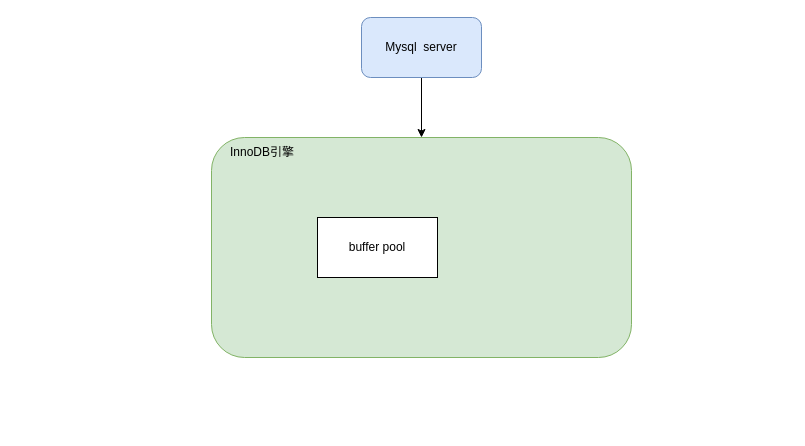
The draw.io diagram page "2、mysql日志" (2 of 2) of Mysql专栏笔记.drawio in ArnoWJH/MySql, before the edit. Source tidied: cells renumbered, new cells numbered last; positions are measured from the earlier drawing's top-left corner, leaving out a move shared by most shapes. Both pictures are drawn from the tidied source at 100%, with x=0, y=0 at pixel (211, 17).
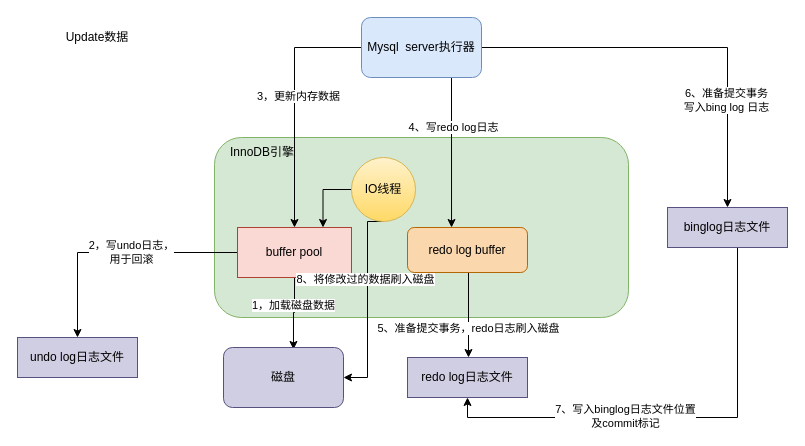
Above is the later version.

Commit message:
更新Mysql专栏笔记.drawio

The edit, as a diff of the source:
```diff
@@
     <mxCell id="2" style="rounded=1;whiteSpace=wrap;html=1;fillColor=#d5e8d4;strokeColor=#82b366;" parent="1" vertex="1">
-      <mxGeometry y="120" width="420" height="220" as="geometry" />
+      <mxGeometry x="3" y="120" width="414" height="180" as="geometry" />
     </mxCell>
@@
-    <mxCell id="4" style="edgeStyle=orthogonalEdgeStyle;rounded=0;jettySize=auto;html=1;entryX=0.5;entryY=0;entryDx=0;entryDy=0;" parent="1" edge="1" source="5" target="2">
-      <mxGeometry relative="1" as="geometry" />
-    </mxCell>
+    <mxCell id="7" style="edgeStyle=orthogonalEdgeStyle;rounded=0;jettySize=auto;html=1;entryX=0.5;entryY=0;entryDx=0;entryDy=0;" parent="1" edge="1" source="5" target="6">
+      <mxGeometry relative="1" as="geometry" />
+    </mxCell>
+    <mxCell id="8" value="3，更新内存数据" style="edgeLabel;html=1;align=center;verticalAlign=middle;" parent="7" vertex="1">
+      <mxGeometry x="-0.07" y="3" relative="1" as="geometry" />
+    </mxCell>
+    <mxCell id="9" style="edgeStyle=orthogonalEdgeStyle;rounded=0;jettySize=auto;html=1;exitX=0.75;exitY=1;exitDx=0;exitDy=0;entryX=0.367;entryY=0;entryDx=0;entryDy=0;entryPerimeter=0;" parent="1" edge="1" source="5" target="22">
+      <mxGeometry relative="1" as="geometry" />
+    </mxCell>
+    <mxCell id="10" value="4、写redo log日志" style="edgeLabel;html=1;align=center;verticalAlign=middle;" parent="9" vertex="1">
+      <mxGeometry x="-0.2" y="1" relative="1" as="geometry">
+        <mxPoint y="-10" as="offset" />
+      </mxGeometry>
+    </mxCell>
+    <mxCell id="11" style="edgeStyle=orthogonalEdgeStyle;rounded=0;jettySize=auto;html=1;exitX=1;exitY=0.5;exitDx=0;exitDy=0;entryX=0.5;entryY=0;entryDx=0;entryDy=0;" parent="1" edge="1" source="5" target="26">
+      <mxGeometry relative="1" as="geometry" />
+    </mxCell>
+    <mxCell id="12" value="6、准备提交事务&lt;br&gt;写入bing log 日志" style="edgeLabel;html=1;align=center;verticalAlign=middle;" parent="11" vertex="1">
+      <mxGeometry x="0.47" y="-2" relative="1" as="geometry" />
+    </mxCell>
-    <mxCell id="5" value="Mysql&amp;nbsp; server" style="rounded=1;whiteSpace=wrap;html=1;fillColor=#dae8fc;strokeColor=#6c8ebf;" parent="1" vertex="1">
+    <mxCell id="5" value="Mysql&amp;nbsp; server执行器" style="rounded=1;whiteSpace=wrap;html=1;fillColor=#dae8fc;strokeColor=#6c8ebf;" parent="1" vertex="1">
       <mxGeometry x="150" width="120" height="60" as="geometry" />
     </mxCell>
+    <mxCell id="13" style="edgeStyle=orthogonalEdgeStyle;rounded=0;jettySize=auto;html=1;exitX=0.5;exitY=1;exitDx=0;exitDy=0;entryX=0.583;entryY=0.033;entryDx=0;entryDy=0;entryPerimeter=0;" parent="1" edge="1" source="6" target="17">
+      <mxGeometry relative="1" as="geometry" />
+    </mxCell>
+    <mxCell id="14" value="1，加载磁盘数据" style="edgeLabel;html=1;align=center;verticalAlign=middle;" parent="13" vertex="1">
+      <mxGeometry x="-0.26" y="-2" relative="1" as="geometry" />
+    </mxCell>
+    <mxCell id="15" style="edgeStyle=orthogonalEdgeStyle;rounded=0;jettySize=auto;html=1;exitX=0;exitY=0.5;exitDx=0;exitDy=0;" parent="1" edge="1" source="6" target="19">
+      <mxGeometry relative="1" as="geometry" />
+    </mxCell>
+    <mxCell id="16" value="2，写undo日志，&lt;br&gt;用于回滚" style="edgeLabel;html=1;align=center;verticalAlign=middle;" parent="15" vertex="1">
+      <mxGeometry x="-0.13" y="-1" relative="1" as="geometry" />
+    </mxCell>
-    <mxCell id="6" value="buffer pool" style="rounded=0;whiteSpace=wrap;html=1;" parent="1" vertex="1">
-      <mxGeometry x="106" y="200" width="120" height="60" as="geometry" />
+    <mxCell id="6" value="buffer pool" style="rounded=0;whiteSpace=wrap;html=1;fillColor=#fad9d5;strokeColor=#ae4132;" parent="1" vertex="1">
+      <mxGeometry x="26" y="210" width="114" height="50" as="geometry" />
     </mxCell>
+    <mxCell id="17" value="磁盘" style="rounded=1;whiteSpace=wrap;html=1;fillColor=#d0cee2;strokeColor=#56517e;" parent="1" vertex="1">
+      <mxGeometry x="12" y="330" width="120" height="60" as="geometry" />
+    </mxCell>
+    <mxCell id="18" value="Update数据" style="text;html=1;strokeColor=none;fillColor=none;align=center;verticalAlign=middle;whiteSpace=wrap;rounded=0;" parent="1" vertex="1">
+      <mxGeometry x="-154" y="10" width="80" height="20" as="geometry" />
+    </mxCell>
+    <mxCell id="19" value="undo log日志文件" style="rounded=0;whiteSpace=wrap;html=1;fillColor=#d0cee2;strokeColor=#56517e;" parent="1" vertex="1">
+      <mxGeometry x="-194" y="320" width="120" height="40" as="geometry" />
+    </mxCell>
+    <mxCell id="20" style="edgeStyle=orthogonalEdgeStyle;rounded=0;orthogonalLoop=1;jettySize=auto;html=1;" parent="1" edge="1">
+      <mxGeometry relative="1" as="geometry">
+        <mxPoint x="257" y="255" as="sourcePoint" />
+        <mxPoint x="257" y="340" as="targetPoint" />
+      </mxGeometry>
+    </mxCell>
+    <mxCell id="21" value="5、准备提交事务，redo日志刷入磁盘" style="edgeLabel;html=1;align=center;verticalAlign=middle;" parent="20" vertex="1">
+      <mxGeometry x="0.65" y="2" relative="1" as="geometry">
+        <mxPoint x="-3" y="-15" as="offset" />
+      </mxGeometry>
+    </mxCell>
+    <mxCell id="22" value="redo log buffer" style="rounded=1;whiteSpace=wrap;html=1;fillColor=#fad7ac;strokeColor=#b46504;" parent="1" vertex="1">
+      <mxGeometry x="196" y="210" width="120" height="45" as="geometry" />
+    </mxCell>
+    <mxCell id="23" value="redo log日志文件" style="rounded=0;whiteSpace=wrap;html=1;fillColor=#d0cee2;strokeColor=#56517e;" parent="1" vertex="1">
+      <mxGeometry x="196" y="340" width="120" height="40" as="geometry" />
+    </mxCell>
+    <mxCell id="24" style="edgeStyle=orthogonalEdgeStyle;rounded=0;jettySize=auto;html=1;entryX=0.5;entryY=1;entryDx=0;entryDy=0;" parent="1" edge="1" source="26" target="23">
+      <mxGeometry relative="1" as="geometry">
+        <Array as="points">
+          <mxPoint x="526" y="400" />
+          <mxPoint x="256" y="400" />
+        </Array>
+      </mxGeometry>
+    </mxCell>
+    <mxCell id="25" value="7、写入binglog日志文件位置&lt;br&gt;及commit标记" style="edgeLabel;html=1;align=center;verticalAlign=middle;" parent="24" vertex="1">
+      <mxGeometry x="0.23" y="-2" relative="1" as="geometry" />
+    </mxCell>
+    <mxCell id="26" value="binglog日志文件" style="rounded=0;whiteSpace=wrap;html=1;fillColor=#d0cee2;strokeColor=#56517e;" parent="1" vertex="1">
+      <mxGeometry x="456" y="190" width="120" height="40" as="geometry" />
+    </mxCell>
+    <mxCell id="27" style="edgeStyle=orthogonalEdgeStyle;rounded=0;jettySize=auto;html=1;exitX=0;exitY=0.5;exitDx=0;exitDy=0;entryX=0.75;entryY=0;entryDx=0;entryDy=0;" parent="1" edge="1" source="30" target="6">
+      <mxGeometry relative="1" as="geometry" />
+    </mxCell>
+    <mxCell id="28" style="edgeStyle=orthogonalEdgeStyle;rounded=0;jettySize=auto;html=1;exitX=0.5;exitY=1;exitDx=0;exitDy=0;entryX=1;entryY=0.5;entryDx=0;entryDy=0;" parent="1" edge="1" source="30" target="17">
+      <mxGeometry relative="1" as="geometry">
+        <Array as="points">
+          <mxPoint x="156" y="204" />
+          <mxPoint x="156" y="360" />
+        </Array>
+      </mxGeometry>
+    </mxCell>
+    <mxCell id="29" value="8、将修改过的数据刷入磁盘" style="edgeLabel;html=1;align=center;verticalAlign=middle;" parent="28" vertex="1">
+      <mxGeometry x="-0.26" y="-3" relative="1" as="geometry" />
+    </mxCell>
+    <mxCell id="30" value="IO线程" style="ellipse;whiteSpace=wrap;html=1;gradientColor=#ffd966;fillColor=#fff2cc;strokeColor=#d6b656;" parent="1" vertex="1">
+      <mxGeometry x="140" y="140" width="64" height="64" as="geometry" />
+    </mxCell>
```
